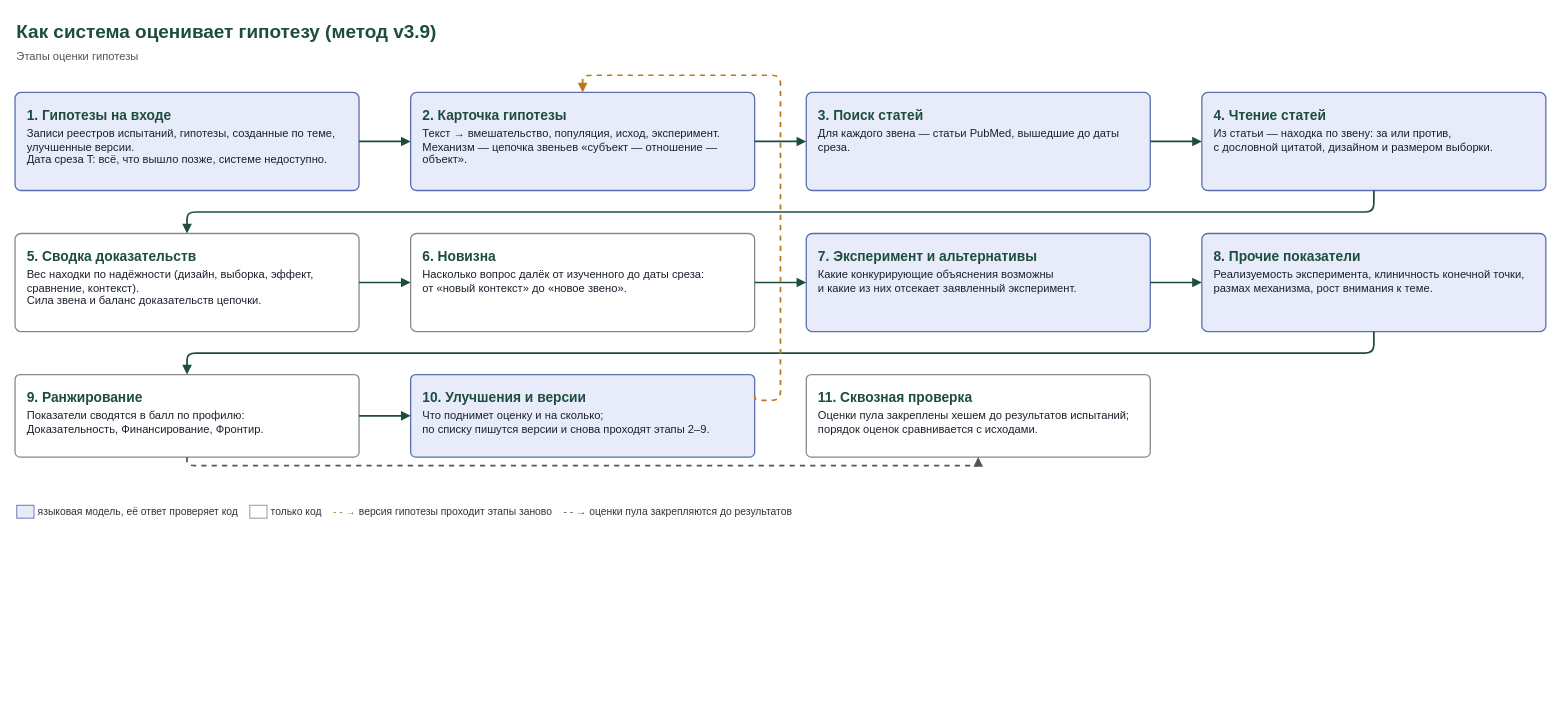
The draw.io diagram docs/system/flow_base.drawio in danrd/hyp-arena, before the edit. Source tidied: cells renumbered, new cells numbered last; positions are measured from the earlier drawing's top-left corner, leaving out a move shared by most shapes. Both pictures are drawn from the tidied source at 86%, with x=0, y=0 at pixel (15, 15).
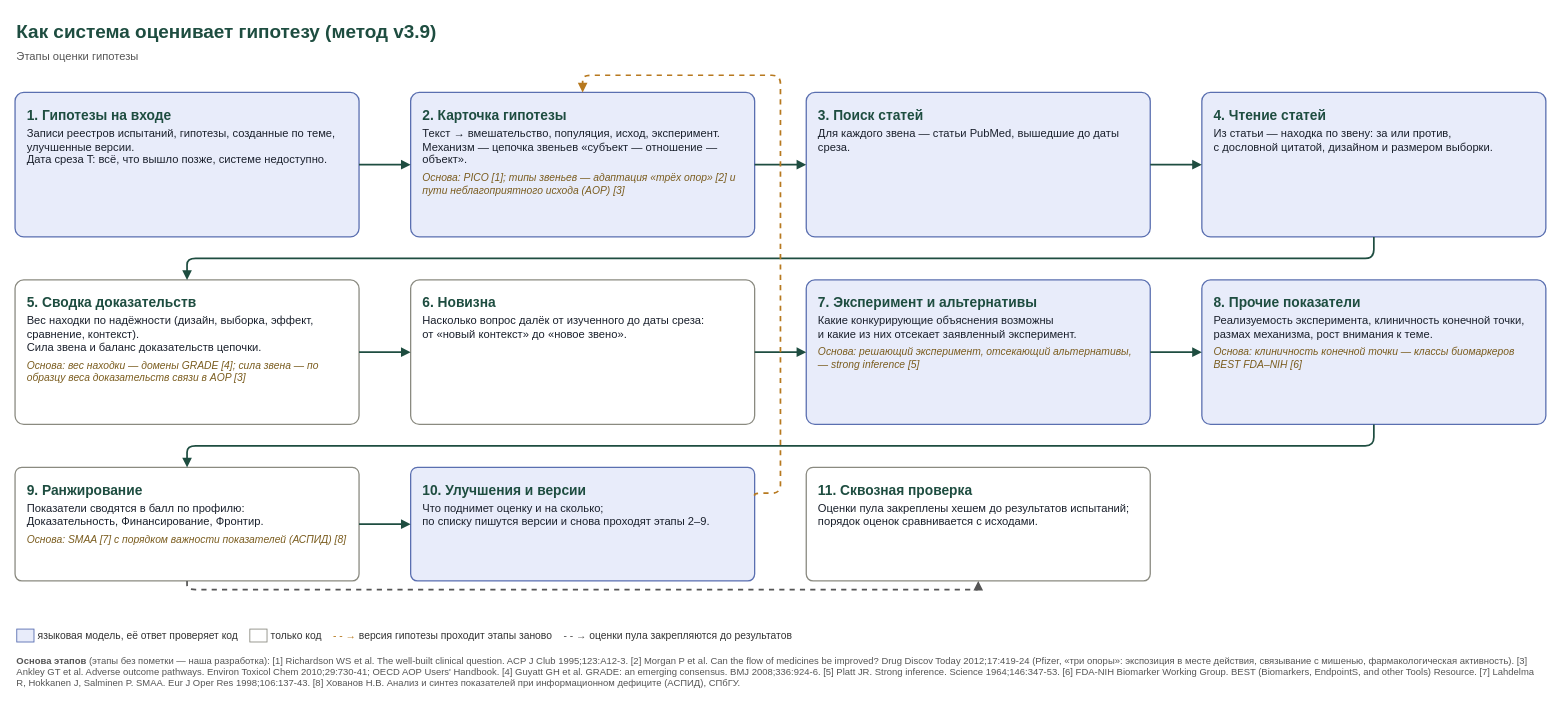
After the change.

Diff of the diagram source:
```diff
@@
     <mxCell id="3" value="&lt;div style='font-size:16px;color:#1E4D40'&gt;&lt;b&gt;1. Гипотезы на входе&lt;/b&gt;&lt;/div&gt;&lt;div style='margin-top:4px'&gt;Записи реестров испытаний, гипотезы, созданные по теме, улучшенные версии.&lt;br/&gt;Дата среза T: всё, что вышло позже, системе недоступно.&lt;/div&gt;" style="rounded=1;arcSize=6;whiteSpace=wrap;html=1;fillColor=#E8ECFA;strokeColor=#5A6FB0;strokeWidth=1.5;fontSize=13;fontColor=#1A202C;align=left;verticalAlign=top;spacingLeft=12;spacingRight=10;spacingTop=10;" parent="1" vertex="1">
-      <mxGeometry y="90" width="400" height="114" as="geometry" />
+      <mxGeometry y="90" width="400" height="168" as="geometry" />
     </mxCell>
-    <mxCell id="4" value="&lt;div style='font-size:16px;color:#1E4D40'&gt;&lt;b&gt;2. Карточка гипотезы&lt;/b&gt;&lt;/div&gt;&lt;div style='margin-top:4px'&gt;Текст → вмешательство, популяция, исход, эксперимент.&lt;br/&gt;Механизм — цепочка звеньев «субъект — отношение — объект».&lt;/div&gt;" style="rounded=1;arcSize=6;whiteSpace=wrap;html=1;fillColor=#E8ECFA;strokeColor=#5A6FB0;strokeWidth=1.5;fontSize=13;fontColor=#1A202C;align=left;verticalAlign=top;spacingLeft=12;spacingRight=10;spacingTop=10;" parent="1" vertex="1">
-      <mxGeometry x="460" y="90" width="400" height="114" as="geometry" />
+    <mxCell id="4" value="&lt;div style='font-size:16px;color:#1E4D40'&gt;&lt;b&gt;2. Карточка гипотезы&lt;/b&gt;&lt;/div&gt;&lt;div style='margin-top:4px'&gt;Текст → вмешательство, популяция, исход, эксперимент.&lt;br/&gt;Механизм — цепочка звеньев «субъект — отношение — объект».&lt;/div&gt;&lt;div style='margin-top:6px;font-size:12px;color:#7A5C1E'&gt;&lt;i&gt;Основа: PICO [1]; типы звеньев — адаптация «трёх опор» [2] и пути неблагоприятного исхода (AOP) [3]&lt;/i&gt;&lt;/div&gt;" style="rounded=1;arcSize=6;whiteSpace=wrap;html=1;fillColor=#E8ECFA;strokeColor=#5A6FB0;strokeWidth=1.5;fontSize=13;fontColor=#1A202C;align=left;verticalAlign=top;spacingLeft=12;spacingRight=10;spacingTop=10;" parent="1" vertex="1">
+      <mxGeometry x="460" y="90" width="400" height="168" as="geometry" />
     </mxCell>
     <mxCell id="5" value="&lt;div style='font-size:16px;color:#1E4D40'&gt;&lt;b&gt;3. Поиск статей&lt;/b&gt;&lt;/div&gt;&lt;div style='margin-top:4px'&gt;Для каждого звена — статьи PubMed, вышедшие до даты среза.&lt;/div&gt;" style="rounded=1;arcSize=6;whiteSpace=wrap;html=1;fillColor=#E8ECFA;strokeColor=#5A6FB0;strokeWidth=1.5;fontSize=13;fontColor=#1A202C;align=left;verticalAlign=top;spacingLeft=12;spacingRight=10;spacingTop=10;" parent="1" vertex="1">
-      <mxGeometry x="920" y="90" width="400" height="114" as="geometry" />
+      <mxGeometry x="920" y="90" width="400" height="168" as="geometry" />
     </mxCell>
     <mxCell id="6" value="&lt;div style='font-size:16px;color:#1E4D40'&gt;&lt;b&gt;4. Чтение статей&lt;/b&gt;&lt;/div&gt;&lt;div style='margin-top:4px'&gt;Из статьи — находка по звену: за или против,&lt;br/&gt;с дословной цитатой, дизайном и размером выборки.&lt;/div&gt;" style="rounded=1;arcSize=6;whiteSpace=wrap;html=1;fillColor=#E8ECFA;strokeColor=#5A6FB0;strokeWidth=1.5;fontSize=13;fontColor=#1A202C;align=left;verticalAlign=top;spacingLeft=12;spacingRight=10;spacingTop=10;" parent="1" vertex="1">
-      <mxGeometry x="1380" y="90" width="400" height="114" as="geometry" />
+      <mxGeometry x="1380" y="90" width="400" height="168" as="geometry" />
     </mxCell>
-    <mxCell id="7" value="&lt;div style='font-size:16px;color:#1E4D40'&gt;&lt;b&gt;5. Сводка доказательств&lt;/b&gt;&lt;/div&gt;&lt;div style='margin-top:4px'&gt;Вес находки по надёжности (дизайн, выборка, эффект, сравнение, контекст).&lt;br/&gt;Сила звена и баланс доказательств цепочки.&lt;/div&gt;" style="rounded=1;arcSize=6;whiteSpace=wrap;html=1;fillColor=#FFFFFF;strokeColor=#8A8A80;strokeWidth=1.5;fontSize=13;fontColor=#1A202C;align=left;verticalAlign=top;spacingLeft=12;spacingRight=10;spacingTop=10;" parent="1" vertex="1">
-      <mxGeometry y="254" width="400" height="114" as="geometry" />
+    <mxCell id="7" value="&lt;div style='font-size:16px;color:#1E4D40'&gt;&lt;b&gt;5. Сводка доказательств&lt;/b&gt;&lt;/div&gt;&lt;div style='margin-top:4px'&gt;Вес находки по надёжности (дизайн, выборка, эффект, сравнение, контекст).&lt;br/&gt;Сила звена и баланс доказательств цепочки.&lt;/div&gt;&lt;div style='margin-top:6px;font-size:12px;color:#7A5C1E'&gt;&lt;i&gt;Основа: вес находки — домены GRADE [4]; сила звена — по образцу веса доказательств связи в AOP [3]&lt;/i&gt;&lt;/div&gt;" style="rounded=1;arcSize=6;whiteSpace=wrap;html=1;fillColor=#FFFFFF;strokeColor=#8A8A80;strokeWidth=1.5;fontSize=13;fontColor=#1A202C;align=left;verticalAlign=top;spacingLeft=12;spacingRight=10;spacingTop=10;" parent="1" vertex="1">
+      <mxGeometry y="308" width="400" height="168" as="geometry" />
     </mxCell>
     <mxCell id="8" value="&lt;div style='font-size:16px;color:#1E4D40'&gt;&lt;b&gt;6. Новизна&lt;/b&gt;&lt;/div&gt;&lt;div style='margin-top:4px'&gt;Насколько вопрос далёк от изученного до даты среза:&lt;br/&gt;от «новый контекст» до «новое звено».&lt;/div&gt;" style="rounded=1;arcSize=6;whiteSpace=wrap;html=1;fillColor=#FFFFFF;strokeColor=#8A8A80;strokeWidth=1.5;fontSize=13;fontColor=#1A202C;align=left;verticalAlign=top;spacingLeft=12;spacingRight=10;spacingTop=10;" parent="1" vertex="1">
-      <mxGeometry x="460" y="254" width="400" height="114" as="geometry" />
+      <mxGeometry x="460" y="308" width="400" height="168" as="geometry" />
     </mxCell>
-    <mxCell id="9" value="&lt;div style='font-size:16px;color:#1E4D40'&gt;&lt;b&gt;7. Эксперимент и альтернативы&lt;/b&gt;&lt;/div&gt;&lt;div style='margin-top:4px'&gt;Какие конкурирующие объяснения возможны&lt;br/&gt;и какие из них отсекает заявленный эксперимент.&lt;/div&gt;" style="rounded=1;arcSize=6;whiteSpace=wrap;html=1;fillColor=#E8ECFA;strokeColor=#5A6FB0;strokeWidth=1.5;fontSize=13;fontColor=#1A202C;align=left;verticalAlign=top;spacingLeft=12;spacingRight=10;spacingTop=10;" parent="1" vertex="1">
-      <mxGeometry x="920" y="254" width="400" height="114" as="geometry" />
+    <mxCell id="9" value="&lt;div style='font-size:16px;color:#1E4D40'&gt;&lt;b&gt;7. Эксперимент и альтернативы&lt;/b&gt;&lt;/div&gt;&lt;div style='margin-top:4px'&gt;Какие конкурирующие объяснения возможны&lt;br/&gt;и какие из них отсекает заявленный эксперимент.&lt;/div&gt;&lt;div style='margin-top:6px;font-size:12px;color:#7A5C1E'&gt;&lt;i&gt;Основа: решающий эксперимент, отсекающий альтернативы, — strong inference [5]&lt;/i&gt;&lt;/div&gt;" style="rounded=1;arcSize=6;whiteSpace=wrap;html=1;fillColor=#E8ECFA;strokeColor=#5A6FB0;strokeWidth=1.5;fontSize=13;fontColor=#1A202C;align=left;verticalAlign=top;spacingLeft=12;spacingRight=10;spacingTop=10;" parent="1" vertex="1">
+      <mxGeometry x="920" y="308" width="400" height="168" as="geometry" />
     </mxCell>
-    <mxCell id="10" value="&lt;div style='font-size:16px;color:#1E4D40'&gt;&lt;b&gt;8. Прочие показатели&lt;/b&gt;&lt;/div&gt;&lt;div style='margin-top:4px'&gt;Реализуемость эксперимента, клиничность конечной точки,&lt;br/&gt;размах механизма, рост внимания к теме.&lt;/div&gt;" style="rounded=1;arcSize=6;whiteSpace=wrap;html=1;fillColor=#E8ECFA;strokeColor=#5A6FB0;strokeWidth=1.5;fontSize=13;fontColor=#1A202C;align=left;verticalAlign=top;spacingLeft=12;spacingRight=10;spacingTop=10;" parent="1" vertex="1">
-      <mxGeometry x="1380" y="254" width="400" height="114" as="geometry" />
+    <mxCell id="10" value="&lt;div style='font-size:16px;color:#1E4D40'&gt;&lt;b&gt;8. Прочие показатели&lt;/b&gt;&lt;/div&gt;&lt;div style='margin-top:4px'&gt;Реализуемость эксперимента, клиничность конечной точки,&lt;br/&gt;размах механизма, рост внимания к теме.&lt;/div&gt;&lt;div style='margin-top:6px;font-size:12px;color:#7A5C1E'&gt;&lt;i&gt;Основа: клиничность конечной точки — классы биомаркеров BEST FDA–NIH [6]&lt;/i&gt;&lt;/div&gt;" style="rounded=1;arcSize=6;whiteSpace=wrap;html=1;fillColor=#E8ECFA;strokeColor=#5A6FB0;strokeWidth=1.5;fontSize=13;fontColor=#1A202C;align=left;verticalAlign=top;spacingLeft=12;spacingRight=10;spacingTop=10;" parent="1" vertex="1">
+      <mxGeometry x="1380" y="308" width="400" height="168" as="geometry" />
     </mxCell>
-    <mxCell id="11" value="&lt;div style='font-size:16px;color:#1E4D40'&gt;&lt;b&gt;9. Ранжирование&lt;/b&gt;&lt;/div&gt;&lt;div style='margin-top:4px'&gt;Показатели сводятся в балл по профилю:&lt;br/&gt;Доказательность, Финансирование, Фронтир.&lt;/div&gt;" style="rounded=1;arcSize=6;whiteSpace=wrap;html=1;fillColor=#FFFFFF;strokeColor=#8A8A80;strokeWidth=1.5;fontSize=13;fontColor=#1A202C;align=left;verticalAlign=top;spacingLeft=12;spacingRight=10;spacingTop=10;" parent="1" vertex="1">
-      <mxGeometry y="418" width="400" height="96" as="geometry" />
+    <mxCell id="11" value="&lt;div style='font-size:16px;color:#1E4D40'&gt;&lt;b&gt;9. Ранжирование&lt;/b&gt;&lt;/div&gt;&lt;div style='margin-top:4px'&gt;Показатели сводятся в балл по профилю:&lt;br/&gt;Доказательность, Финансирование, Фронтир.&lt;/div&gt;&lt;div style='margin-top:6px;font-size:12px;color:#7A5C1E'&gt;&lt;i&gt;Основа: SMAA [7] с порядком важности показателей (АСПИД) [8]&lt;/i&gt;&lt;/div&gt;" style="rounded=1;arcSize=6;whiteSpace=wrap;html=1;fillColor=#FFFFFF;strokeColor=#8A8A80;strokeWidth=1.5;fontSize=13;fontColor=#1A202C;align=left;verticalAlign=top;spacingLeft=12;spacingRight=10;spacingTop=10;" parent="1" vertex="1">
+      <mxGeometry y="526" width="400" height="132" as="geometry" />
     </mxCell>
     <mxCell id="12" value="&lt;div style='font-size:16px;color:#1E4D40'&gt;&lt;b&gt;10. Улучшения и версии&lt;/b&gt;&lt;/div&gt;&lt;div style='margin-top:4px'&gt;Что поднимет оценку и на сколько;&lt;br/&gt;по списку пишутся версии и снова проходят этапы 2–9.&lt;/div&gt;" style="rounded=1;arcSize=6;whiteSpace=wrap;html=1;fillColor=#E8ECFA;strokeColor=#5A6FB0;strokeWidth=1.5;fontSize=13;fontColor=#1A202C;align=left;verticalAlign=top;spacingLeft=12;spacingRight=10;spacingTop=10;" parent="1" vertex="1">
-      <mxGeometry x="460" y="418" width="400" height="96" as="geometry" />
+      <mxGeometry x="460" y="526" width="400" height="132" as="geometry" />
     </mxCell>
     <mxCell id="13" value="&lt;div style='font-size:16px;color:#1E4D40'&gt;&lt;b&gt;11. Сквозная проверка&lt;/b&gt;&lt;/div&gt;&lt;div style='margin-top:4px'&gt;Оценки пула закреплены хешем до результатов испытаний;&lt;br/&gt;порядок оценок сравнивается с исходами.&lt;/div&gt;" style="rounded=1;arcSize=6;whiteSpace=wrap;html=1;fillColor=#FFFFFF;strokeColor=#8A8A80;strokeWidth=1.5;fontSize=13;fontColor=#1A202C;align=left;verticalAlign=top;spacingLeft=12;spacingRight=10;spacingTop=10;" parent="1" vertex="1">
-      <mxGeometry x="920" y="418" width="400" height="96" as="geometry" />
+      <mxGeometry x="920" y="526" width="400" height="132" as="geometry" />
     </mxCell>
@@
     <mxCell id="23" style="edgeStyle=orthogonalEdgeStyle;rounded=1;html=1;endArrow=block;endFill=1;strokeColor=#1E4D40;strokeWidth=2;dashed=1;exitX=1;exitY=0.25;entryX=0.5;entryY=0;strokeColor=#B7791F;" parent="1" edge="1" source="12" target="4">
       <mxGeometry relative="1" as="geometry">
         <Array as="points">
-          <mxPoint x="890" y="448" />
+          <mxPoint x="890" y="556" />
           <mxPoint x="890" y="70" />
           <mxPoint x="660" y="70" />
         </Array>
       </mxGeometry>
     </mxCell>
@@
     <mxCell id="25" value="&lt;span style='background:#E8ECFA;border:1px solid #5A6FB0;padding:0 8px'&gt;&amp;nbsp;&lt;/span&gt; языковая модель, её ответ проверяет код &amp;nbsp;&amp;nbsp; &lt;span style='border:1px solid #8A8A80;padding:0 8px'&gt;&amp;nbsp;&lt;/span&gt; только код &amp;nbsp;&amp;nbsp; &lt;span style='color:#B7791F'&gt;- - →&lt;/span&gt; версия гипотезы проходит этапы заново &amp;nbsp;&amp;nbsp; &lt;span style='color:#555'&gt;- - →&lt;/span&gt; оценки пула закрепляются до результатов" style="text;html=1;fontSize=12;align=left;fontColor=#333;fillColor=none;strokeColor=none;" parent="1" vertex="1">
-      <mxGeometry y="564" width="1780" height="26" as="geometry" />
+      <mxGeometry y="708" width="1780" height="26" as="geometry" />
     </mxCell>
+    <mxCell id="26" value="&lt;b&gt;Основа этапов&lt;/b&gt; (этапы без пометки — наша разработка): [1] Richardson WS et al. The well-built clinical question. ACP J Club 1995;123:A12-3. [2] Morgan P et al. Can the flow of medicines be improved? Drug Discov Today 2012;17:419-24 (Pfizer, «три опоры»: экспозиция в месте действия, связывание с мишенью, фармакологическая активность). [3] Ankley GT et al. Adverse outcome pathways. Environ Toxicol Chem 2010;29:730-41; OECD AOP Users' Handbook. [4] Guyatt GH et al. GRADE: an emerging consensus. BMJ 2008;336:924-6. [5] Platt JR. Strong inference. Science 1964;146:347-53. [6] FDA-NIH Biomarker Working Group. BEST (Biomarkers, EndpointS, and other Tools) Resource. [7] Lahdelma R, Hokkanen J, Salminen P. SMAA. Eur J Oper Res 1998;106:137-43. [8] Хованов Н.В. Анализ и синтез показателей при информационном дефиците (АСПИД), СПбГУ." style="text;html=1;whiteSpace=wrap;fontSize=11;align=left;verticalAlign=top;fontColor=#555;fillColor=none;strokeColor=none;" parent="1" vertex="1">
+      <mxGeometry y="738" width="1780" height="70" as="geometry" />
+    </mxCell>
```
